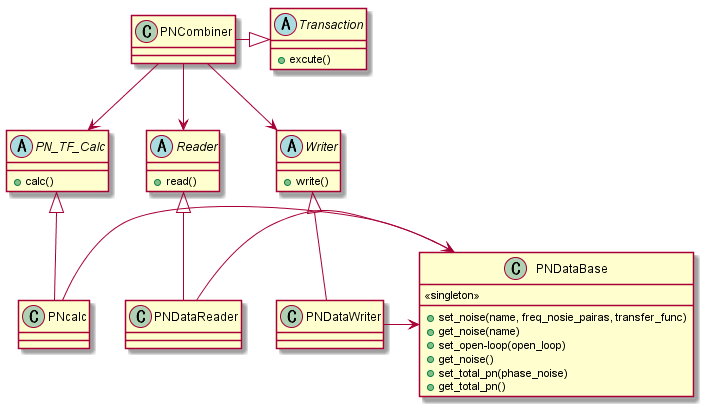
The PlantUML diagram docs/UML/pncombiner/pncombiner/pncombiner.png in LiakaNakiKmura/PNE, before a commit.
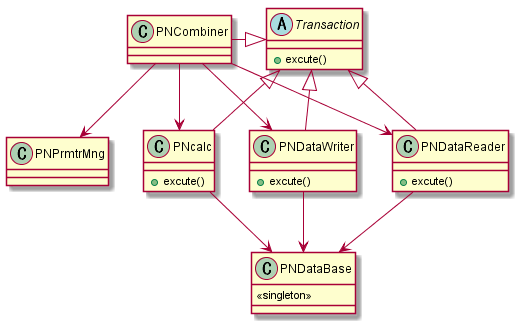
Above is the later version.

Commit message:
Add class diagram.

Change to the diagram source:
```diff
@@ -7,39 +7,31 @@
 class PNCombiner
 PNCombiner -ri-|> Transaction
 
-abstract class Writer{
-    +write()
+PNCombiner --> PNcalc
+PNCombiner --> PNDataWriter
+PNCombiner --> PNDataReader
+PNCombiner --> PNPrmtrMng
+
+class PNDataWriter{
+    +excute()
 }
-abstract class Reader{
-    +read()
+class PNDataReader{
+    +excute()
 }
-abstract class PN_TF_Calc{
-    +calc()
+class PNcalc{
+    +excute()
 }
+class PNPrmtrMng
 
-PNCombiner --> Writer
-PNCombiner --> Reader
-PNCombiner --> PN_TF_Calc
-
-class PNDataWriter
-class PNDataReader
-class PNcalc
-
-PNDataWriter --up|> Writer
-PNDataReader --up|> Reader
-PNcalc --up|> PN_TF_Calc
+PNDataWriter --up|> Transaction
+PNDataReader --up|> Transaction
+PNcalc --up|> Transaction
 
 class PNDataBase{
     <<singleton>>
-    +set_noise(name, freq_nosie_pairas, transfer_func)
-    +get_noise(name)
-    +set_open-loop(open_loop)
-    +get_noise()
-    +set_total_pn(phase_noise)
-    +get_total_pn()
 }
-PNDataWriter -ri> PNDataBase
-PNDataReader -ri> PNDataBase
-PNcalc -ri> PNDataBase
+PNDataWriter --do> PNDataBase
+PNDataReader --do> PNDataBase
+PNcalc --do> PNDataBase
 
 @enduml
```
